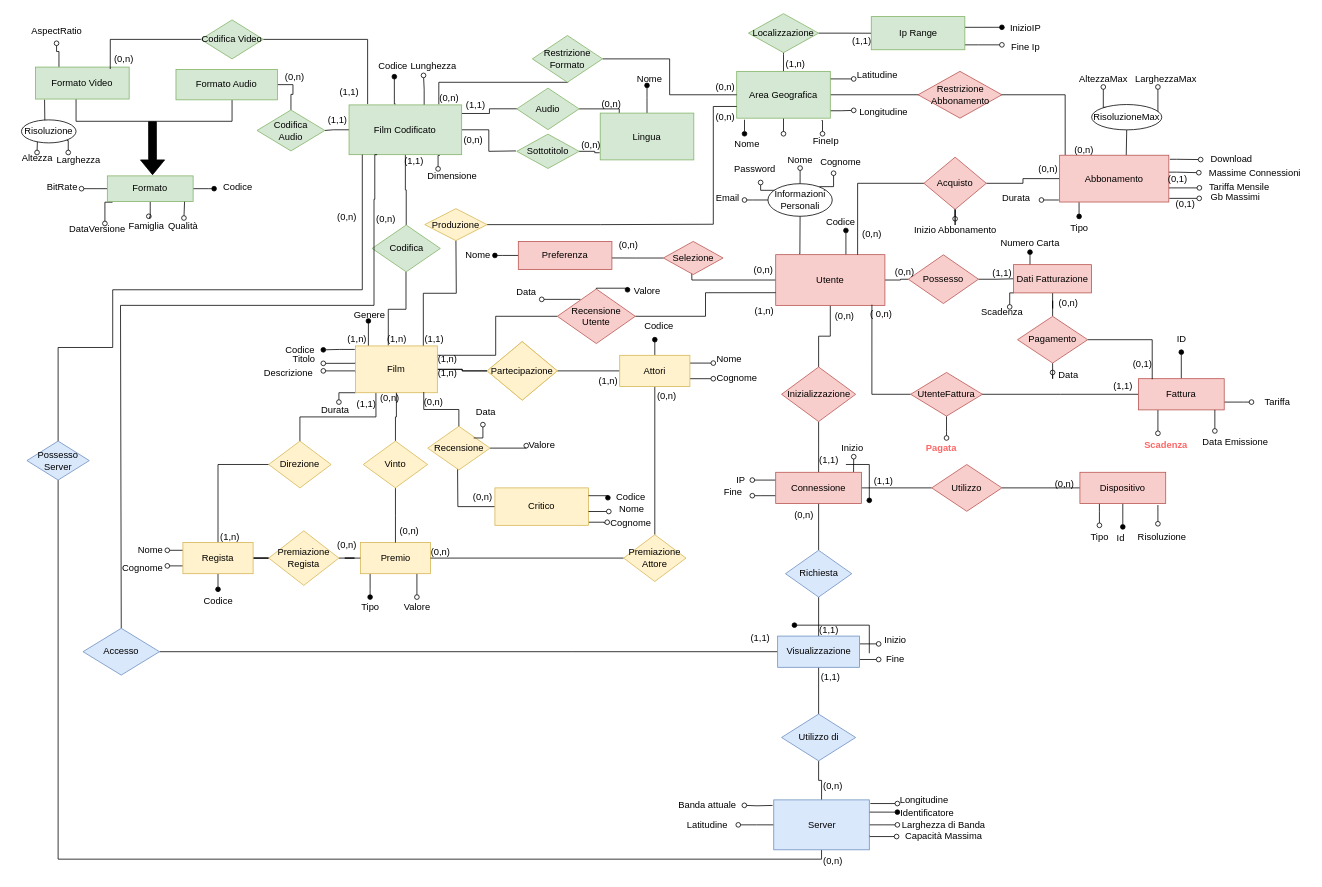
Before: Er non Ristrutturato(2).drawio in LGranucci/FilmSphere, a draw.io diagram. Source tidied: cells renumbered, new cells numbered last; positions are measured from the earlier drawing's top-left corner, leaving out a move shared by most shapes. Both pictures are drawn from the tidied source at 78%, with x=0, y=0 at pixel (13, 13).
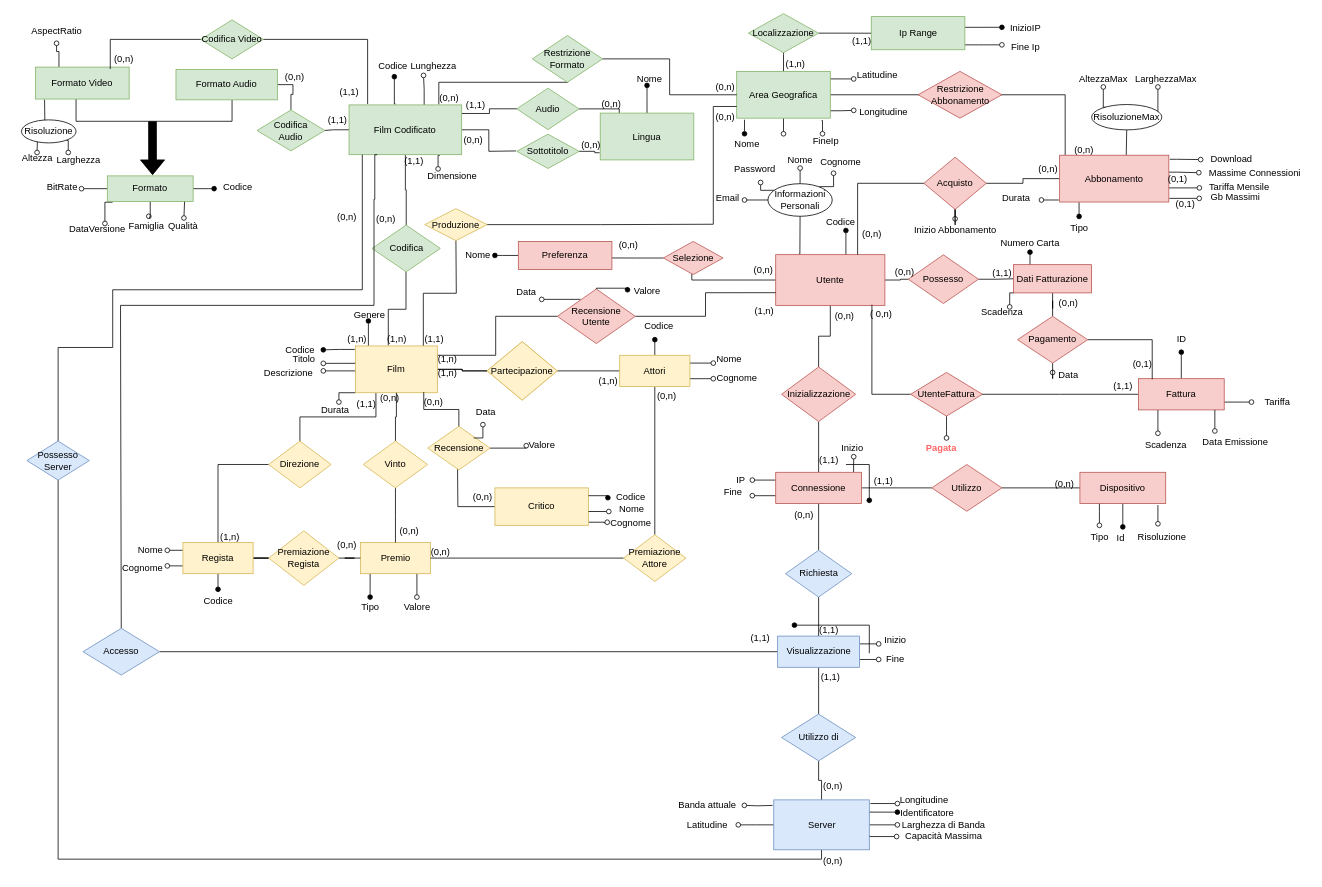
Above is the later version.

What changed in the source:
```diff
@@
-    <mxCell id="198" value="&lt;font color=&quot;#ff6666&quot;&gt;&lt;b&gt;Scadenza&lt;/b&gt;&lt;/font&gt;" style="text;html=1;align=center;verticalAlign=middle;points=[];strokeColor=none;fillColor=none;" parent="1" vertex="1">
+    <mxCell id="198" value="Scadenza" style="text;html=1;align=center;verticalAlign=middle;points=[];strokeColor=none;fillColor=none;" parent="1" vertex="1">
       <mxGeometry x="1437" y="538" width="80" height="30" as="geometry" />
     </mxCell>
```
